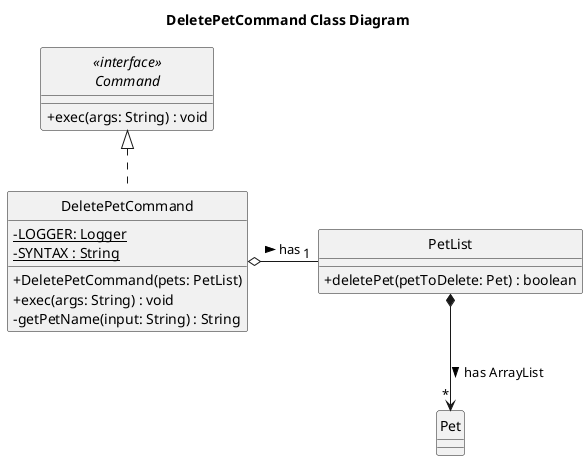
Above: docs/diagrams/DeletePetCommand_Class_Diagram.png in Kevin88866/tp (PlantUML), before the change.
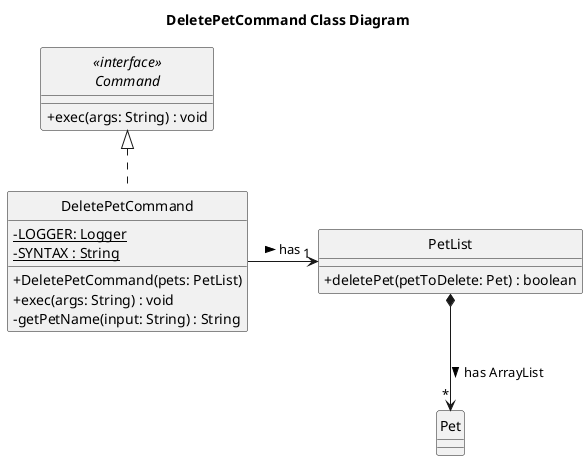
Above is the later version.

Commit message:
Fix incorrect usage of aggregation

Change to the diagram source:
```diff
@@ -26,7 +26,7 @@
 
 Command <|.. DeletePetCommand
 
-DeletePetCommand o-- "1" PetList : has >
+DeletePetCommand --> "1" PetList : has >
 
 PetList *--> "*" Pet : has ArrayList >
 
```
